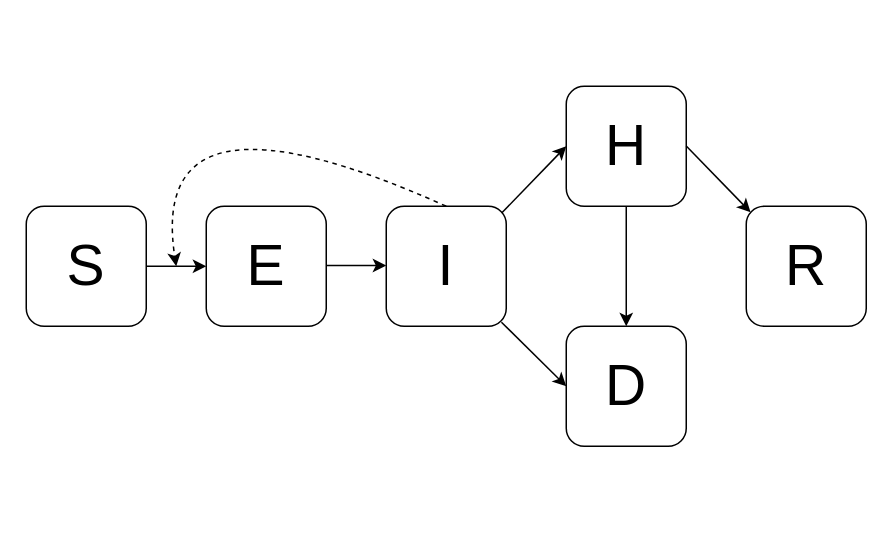
Above: SEIR/Untitled Diagram.drawio in wzmli/epi_hackathon (draw.io), before the change. Source tidied: cells renumbered, new cells numbered last; positions are measured from the earlier drawing's top-left corner, leaving out a move shared by most shapes. Both pictures are drawn from the tidied source at 150%, with x=0, y=0 at pixel (26, 70).
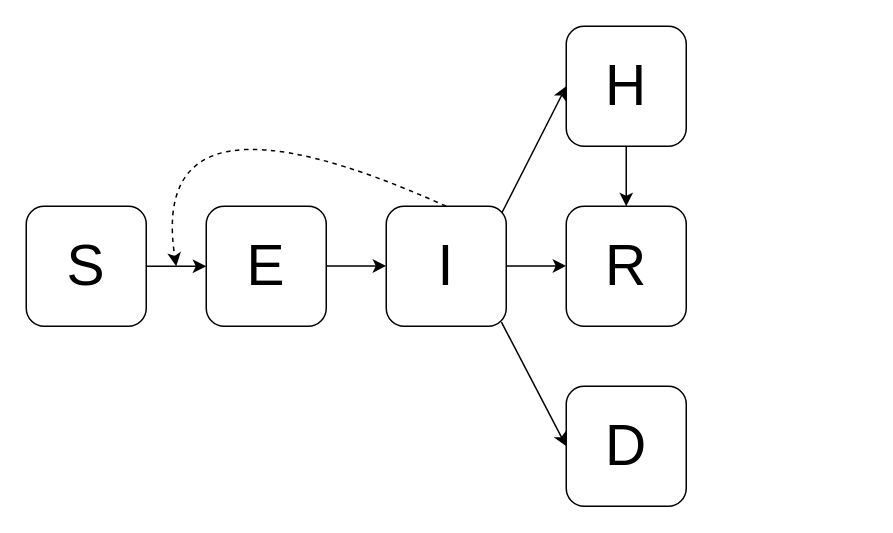
The same diagram, later.

Diff of the diagram source:
```diff
@@
 <mxGraphModel>
   <root>
     <mxCell id="0" />
     <mxCell id="1" parent="0" />
     <mxCell id="2" value="&lt;font style=&quot;font-size: 38px;&quot;&gt;S&lt;/font&gt;" style="rounded=1;whiteSpace=wrap;html=1;" parent="1" vertex="1">
       <mxGeometry y="90" width="80" height="80" as="geometry" />
     </mxCell>
     <mxCell id="3" value="&lt;font style=&quot;font-size: 38px;&quot;&gt;E&lt;/font&gt;" style="rounded=1;whiteSpace=wrap;html=1;" parent="1" vertex="1">
       <mxGeometry x="120" y="90" width="80" height="80" as="geometry" />
     </mxCell>
     <mxCell id="4" value="&lt;font style=&quot;font-size: 38px;&quot;&gt;I&lt;/font&gt;" style="rounded=1;whiteSpace=wrap;html=1;" parent="1" vertex="1">
       <mxGeometry x="240" y="90" width="80" height="80" as="geometry" />
     </mxCell>
     <mxCell id="5" value="&lt;font style=&quot;font-size: 38px;&quot;&gt;H&lt;/font&gt;" style="rounded=1;whiteSpace=wrap;html=1;" parent="1" vertex="1">
-      <mxGeometry x="360" y="10" width="80" height="80" as="geometry" />
+      <mxGeometry x="360" y="-30" width="80" height="80" as="geometry" />
     </mxCell>
     <mxCell id="6" value="&lt;font style=&quot;font-size: 38px;&quot;&gt;D&lt;/font&gt;" style="rounded=1;whiteSpace=wrap;html=1;" parent="1" vertex="1">
-      <mxGeometry x="360" y="170" width="80" height="80" as="geometry" />
+      <mxGeometry x="360" y="210" width="80" height="80" as="geometry" />
     </mxCell>
     <mxCell id="7" value="&lt;font style=&quot;font-size: 38px;&quot;&gt;R&lt;/font&gt;" style="rounded=1;whiteSpace=wrap;html=1;" parent="1" vertex="1">
-      <mxGeometry x="480" y="90" width="80" height="80" as="geometry" />
+      <mxGeometry x="360" y="90" width="80" height="80" as="geometry" />
     </mxCell>
     <mxCell id="8" style="endArrow=classic;html=1;rounded=0;entryX=0;entryY=0.5;entryDx=0;entryDy=0;" parent="1" edge="1" target="3">
       <mxGeometry relative="1" as="geometry">
         <mxPoint x="80" y="130" as="sourcePoint" />
       </mxGeometry>
     </mxCell>
-    <mxCell id="9" style="endArrow=classic;html=1;rounded=0;entryX=0;entryY=0.5;entryDx=0;entryDy=0;" parent="1" edge="1">
-      <mxGeometry relative="1" as="geometry">
-        <mxPoint x="200" y="129.5" as="sourcePoint" />
-        <mxPoint x="240" y="129.5" as="targetPoint" />
-      </mxGeometry>
-    </mxCell>
     <mxCell id="10" style="endArrow=classic;html=1;rounded=0;entryX=0;entryY=0.5;entryDx=0;entryDy=0;exitX=0.964;exitY=0.054;exitDx=0;exitDy=0;exitPerimeter=0;" parent="1" edge="1" source="4" target="5">
       <mxGeometry relative="1" as="geometry" />
     </mxCell>
     <mxCell id="11" style="endArrow=classic;html=1;rounded=0;entryX=0;entryY=0.5;entryDx=0;entryDy=0;exitX=0.96;exitY=0.966;exitDx=0;exitDy=0;exitPerimeter=0;" parent="1" edge="1" source="4" target="6">
       <mxGeometry relative="1" as="geometry" />
     </mxCell>
-    <mxCell id="12" style="endArrow=classic;html=1;rounded=0;entryX=0.036;entryY=0.05;entryDx=0;entryDy=0;entryPerimeter=0;" parent="1" edge="1" target="7">
-      <mxGeometry relative="1" as="geometry">
-        <mxPoint x="440" y="49.8" as="sourcePoint" />
-      </mxGeometry>
+    <mxCell id="12" style="endArrow=classic;html=1;rounded=0;exitX=0.5;exitY=1;exitDx=0;exitDy=0;" parent="1" edge="1" source="5" target="7">
+      <mxGeometry relative="1" as="geometry" />
     </mxCell>
-    <mxCell id="13" style="endArrow=classic;html=1;rounded=0;entryX=0.5;entryY=0;entryDx=0;entryDy=0;exitX=0.5;exitY=1;exitDx=0;exitDy=0;" parent="1" edge="1" source="5" target="6">
-      <mxGeometry relative="1" as="geometry" />
-    </mxCell>
     <mxCell id="14" style="curved=1;endArrow=classic;html=1;rounded=0;dashed=1;" parent="1" edge="1">
       <mxGeometry relative="1" as="geometry">
         <mxPoint x="280" y="90" as="sourcePoint" />
         <mxPoint x="100" y="130" as="targetPoint" />
         <Array as="points">
           <mxPoint x="80" />
         </Array>
       </mxGeometry>
     </mxCell>
+    <mxCell id="15" style="endArrow=classic;html=1;rounded=0;entryX=0;entryY=0.5;entryDx=0;entryDy=0;" parent="1" edge="1">
+      <mxGeometry relative="1" as="geometry">
+        <mxPoint x="320" y="129.8" as="sourcePoint" />
+        <mxPoint x="360" y="129.8" as="targetPoint" />
+      </mxGeometry>
+    </mxCell>
+    <mxCell id="16" style="endArrow=classic;html=1;rounded=0;entryX=0;entryY=0.5;entryDx=0;entryDy=0;" parent="1" edge="1">
+      <mxGeometry relative="1" as="geometry">
+        <mxPoint x="200" y="129.8" as="sourcePoint" />
+        <mxPoint x="240" y="129.8" as="targetPoint" />
+      </mxGeometry>
+    </mxCell>
   </root>
 </mxGraphModel>
```
